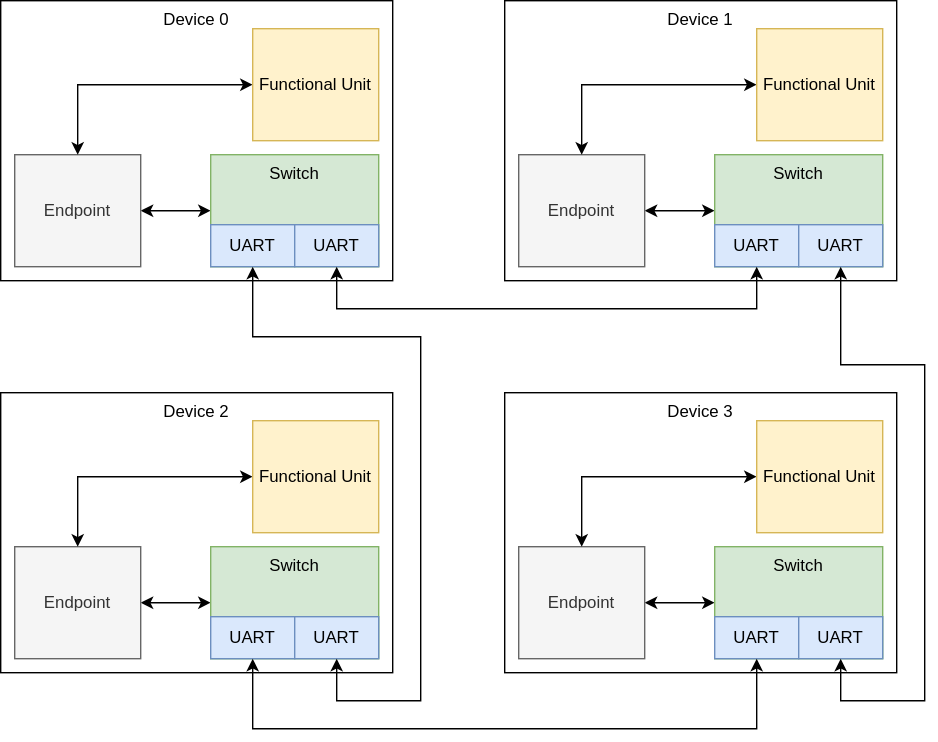
Above: doc/src/images/topology.svg in Purdue-SoCET/chiplet-components (draw.io), before the change. Source tidied: cells renumbered, new cells last; positions are measured from the earlier drawing's top-left corner, leaving out a move shared by most shapes.
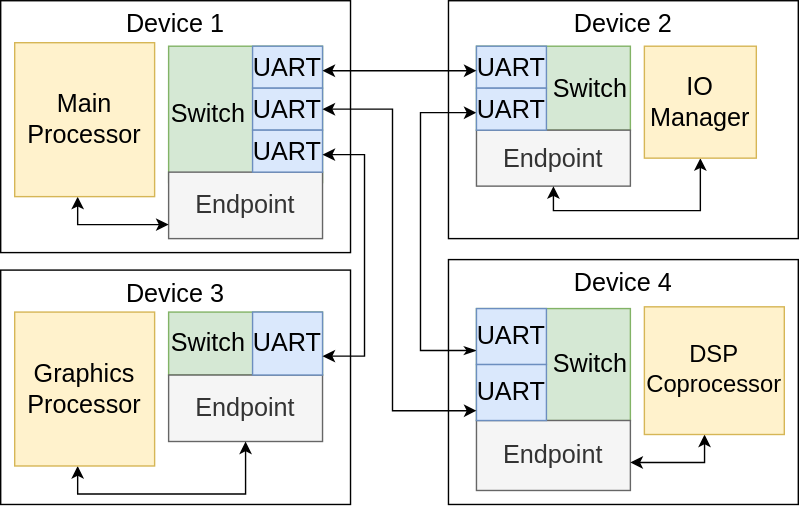
The same diagram one commit later.

Change to the diagram source:
```diff
@@ -2,137 +2,146 @@
   <root>
     <mxCell id="0" />
     <mxCell id="1" parent="0" />
-    <mxCell id="2" value="Device 0" style="whiteSpace=wrap;html=1;verticalAlign=top;" parent="1" vertex="1">
-      <mxGeometry width="280" height="200" as="geometry" />
-    </mxCell>
-    <mxCell id="3" style="edgeStyle=orthogonalEdgeStyle;rounded=0;jettySize=auto;html=1;startArrow=classic;startFill=1;" parent="1" edge="1" source="4" target="5">
-      <mxGeometry relative="1" as="geometry" />
-    </mxCell>
-    <mxCell id="4" value="Switch" style="whiteSpace=wrap;html=1;verticalAlign=top;fillColor=#d5e8d4;strokeColor=#82b366;" parent="1" vertex="1">
-      <mxGeometry x="150" y="110" width="120" height="80" as="geometry" />
-    </mxCell>
-    <mxCell id="5" value="Endpoint" style="whiteSpace=wrap;html=1;fillColor=#f5f5f5;fontColor=#333333;strokeColor=#666666;" parent="1" vertex="1">
-      <mxGeometry x="10" y="110" width="90" height="80" as="geometry" />
-    </mxCell>
-    <mxCell id="6" value="UART" style="whiteSpace=wrap;html=1;fillColor=#dae8fc;strokeColor=#6c8ebf;" parent="1" vertex="1">
-      <mxGeometry x="150" y="160" width="60" height="30" as="geometry" />
-    </mxCell>
-    <mxCell id="7" value="UART" style="whiteSpace=wrap;html=1;fillColor=#dae8fc;strokeColor=#6c8ebf;" parent="1" vertex="1">
-      <mxGeometry x="210" y="160" width="60" height="30" as="geometry" />
-    </mxCell>
-    <mxCell id="8" style="edgeStyle=orthogonalEdgeStyle;rounded=0;jettySize=auto;html=1;startArrow=classic;startFill=1;" parent="1" edge="1" source="9" target="5">
-      <mxGeometry relative="1" as="geometry" />
-    </mxCell>
-    <mxCell id="9" value="Functional Unit" style="whiteSpace=wrap;html=1;fillColor=#fff2cc;strokeColor=#d6b656;" parent="1" vertex="1">
-      <mxGeometry x="180" y="20" width="90" height="80" as="geometry" />
-    </mxCell>
-    <mxCell id="10" value="Device 1" style="whiteSpace=wrap;html=1;verticalAlign=top;" parent="1" vertex="1">
-      <mxGeometry x="360" width="280" height="200" as="geometry" />
+    <mxCell id="10" value="Device 1" style="whiteSpace=wrap;html=1;verticalAlign=top;fontSize=18;" parent="1" vertex="1">
+      <mxGeometry y="-80" width="250" height="180" as="geometry" />
     </mxCell>
-    <mxCell id="11" style="edgeStyle=orthogonalEdgeStyle;rounded=0;jettySize=auto;html=1;startArrow=classic;startFill=1;" parent="1" edge="1" source="12" target="13">
-      <mxGeometry relative="1" as="geometry" />
-    </mxCell>
-    <mxCell id="12" value="Switch" style="whiteSpace=wrap;html=1;verticalAlign=top;fillColor=#d5e8d4;strokeColor=#82b366;" parent="1" vertex="1">
-      <mxGeometry x="510" y="110" width="120" height="80" as="geometry" />
-    </mxCell>
-    <mxCell id="13" value="Endpoint" style="whiteSpace=wrap;html=1;fillColor=#f5f5f5;fontColor=#333333;strokeColor=#666666;" parent="1" vertex="1">
-      <mxGeometry x="370" y="110" width="90" height="80" as="geometry" />
-    </mxCell>
-    <mxCell id="14" value="UART" style="whiteSpace=wrap;html=1;fillColor=#dae8fc;strokeColor=#6c8ebf;" parent="1" vertex="1">
-      <mxGeometry x="510" y="160" width="60" height="30" as="geometry" />
-    </mxCell>
-    <mxCell id="15" value="UART" style="whiteSpace=wrap;html=1;fillColor=#dae8fc;strokeColor=#6c8ebf;" parent="1" vertex="1">
-      <mxGeometry x="570" y="160" width="60" height="30" as="geometry" />
-    </mxCell>
-    <mxCell id="16" style="edgeStyle=orthogonalEdgeStyle;rounded=0;jettySize=auto;html=1;startArrow=classic;startFill=1;" parent="1" edge="1" source="17" target="13">
-      <mxGeometry relative="1" as="geometry" />
-    </mxCell>
-    <mxCell id="17" value="Functional Unit" style="whiteSpace=wrap;html=1;fillColor=#fff2cc;strokeColor=#d6b656;" parent="1" vertex="1">
-      <mxGeometry x="540" y="20" width="90" height="80" as="geometry" />
-    </mxCell>
-    <mxCell id="18" style="edgeStyle=orthogonalEdgeStyle;rounded=0;jettySize=auto;html=1;startArrow=classic;startFill=1;" parent="1" edge="1" source="7" target="14">
-      <mxGeometry relative="1" as="geometry">
-        <Array as="points">
-          <mxPoint x="240" y="220" />
-          <mxPoint x="540" y="220" />
-        </Array>
-      </mxGeometry>
-    </mxCell>
+    <mxCell id="38" value="Switch" style="whiteSpace=wrap;html=1;verticalAlign=middle;fillColor=#d5e8d4;strokeColor=#82b366;align=left;fontSize=18;" parent="1" vertex="1">
+      <mxGeometry x="120" y="-47.5" width="110" height="97.5" as="geometry" />
+    </mxCell>
+    <mxCell id="39" value="Endpoint" style="whiteSpace=wrap;html=1;fillColor=#f5f5f5;fontColor=#333333;strokeColor=#666666;fontSize=18;" parent="1" vertex="1">
+      <mxGeometry x="120" y="42.5" width="110" height="47.5" as="geometry" />
+    </mxCell>
+    <mxCell id="40" value="UART" style="whiteSpace=wrap;html=1;fillColor=#dae8fc;strokeColor=#6c8ebf;fontSize=18;" parent="1" vertex="1">
+      <mxGeometry x="180" y="-47.5" width="50" height="30" as="geometry" />
+    </mxCell>
+    <mxCell id="41" value="UART" style="whiteSpace=wrap;html=1;fillColor=#dae8fc;strokeColor=#6c8ebf;fontSize=18;" parent="1" vertex="1">
+      <mxGeometry x="180" y="-17.5" width="50" height="30" as="geometry" />
+    </mxCell>
+    <mxCell id="42" style="edgeStyle=orthogonalEdgeStyle;rounded=0;jettySize=auto;html=1;startArrow=classic;startFill=1;" parent="1" edge="1" source="43" target="39">
+      <mxGeometry relative="1" as="geometry">
+        <Array as="points">
+          <mxPoint x="55" y="80" />
+        </Array>
+      </mxGeometry>
+    </mxCell>
+    <mxCell id="43" value="Main Processor" style="whiteSpace=wrap;html=1;fillColor=#fff2cc;strokeColor=#d6b656;fontSize=18;" parent="1" vertex="1">
+      <mxGeometry x="10" y="-50" width="100" height="110" as="geometry" />
+    </mxCell>
+    <mxCell id="44" value="UART" style="whiteSpace=wrap;html=1;fillColor=#dae8fc;strokeColor=#6c8ebf;fontSize=18;" parent="1" vertex="1">
+      <mxGeometry x="180" y="12.5" width="50" height="30" as="geometry" />
+    </mxCell>
-    <mxCell id="19" value="Device 2" style="whiteSpace=wrap;html=1;verticalAlign=top;" parent="1" vertex="1">
-      <mxGeometry y="280" width="280" height="200" as="geometry" />
+    <mxCell id="19" value="Device 2" style="whiteSpace=wrap;html=1;verticalAlign=top;fontSize=18;" parent="1" vertex="1">
+      <mxGeometry x="320" y="-80" width="250" height="170" as="geometry" />
     </mxCell>
-    <mxCell id="20" style="edgeStyle=orthogonalEdgeStyle;rounded=0;jettySize=auto;html=1;startArrow=classic;startFill=1;" parent="1" edge="1" source="21" target="22">
-      <mxGeometry relative="1" as="geometry" />
-    </mxCell>
-    <mxCell id="21" value="Switch" style="whiteSpace=wrap;html=1;verticalAlign=top;fillColor=#d5e8d4;strokeColor=#82b366;" parent="1" vertex="1">
-      <mxGeometry x="150" y="390" width="120" height="80" as="geometry" />
-    </mxCell>
-    <mxCell id="22" value="Endpoint" style="whiteSpace=wrap;html=1;fillColor=#f5f5f5;fontColor=#333333;strokeColor=#666666;" parent="1" vertex="1">
-      <mxGeometry x="10" y="390" width="90" height="80" as="geometry" />
-    </mxCell>
-    <mxCell id="23" value="UART" style="whiteSpace=wrap;html=1;fillColor=#dae8fc;strokeColor=#6c8ebf;" parent="1" vertex="1">
-      <mxGeometry x="150" y="440" width="60" height="30" as="geometry" />
-    </mxCell>
-    <mxCell id="24" value="UART" style="whiteSpace=wrap;html=1;fillColor=#dae8fc;strokeColor=#6c8ebf;" parent="1" vertex="1">
-      <mxGeometry x="210" y="440" width="60" height="30" as="geometry" />
-    </mxCell>
-    <mxCell id="25" style="edgeStyle=orthogonalEdgeStyle;rounded=0;jettySize=auto;html=1;startArrow=classic;startFill=1;" parent="1" edge="1" source="26" target="22">
-      <mxGeometry relative="1" as="geometry" />
-    </mxCell>
-    <mxCell id="26" value="Functional Unit" style="whiteSpace=wrap;html=1;fillColor=#fff2cc;strokeColor=#d6b656;" parent="1" vertex="1">
-      <mxGeometry x="180" y="300" width="90" height="80" as="geometry" />
-    </mxCell>
+    <mxCell id="45" style="edgeStyle=orthogonalEdgeStyle;rounded=0;jettySize=auto;html=1;startArrow=classic;startFill=1;" parent="1" edge="1" source="46" target="47">
+      <mxGeometry relative="1" as="geometry">
+        <Array as="points">
+          <mxPoint x="450" y="20" />
+          <mxPoint x="450" y="55" />
+        </Array>
+      </mxGeometry>
+    </mxCell>
+    <mxCell id="46" value="Switch" style="whiteSpace=wrap;html=1;verticalAlign=middle;fillColor=#d5e8d4;strokeColor=#82b366;align=right;fontSize=18;" parent="1" vertex="1">
+      <mxGeometry x="340" y="-47.5" width="110" height="60" as="geometry" />
+    </mxCell>
+    <mxCell id="47" value="Endpoint" style="whiteSpace=wrap;html=1;fillColor=#f5f5f5;fontColor=#333333;strokeColor=#666666;fontSize=18;" parent="1" vertex="1">
+      <mxGeometry x="340" y="12.5" width="110" height="40" as="geometry" />
+    </mxCell>
+    <mxCell id="48" value="UART" style="whiteSpace=wrap;html=1;fillColor=#dae8fc;strokeColor=#6c8ebf;fontSize=18;" parent="1" vertex="1">
+      <mxGeometry x="340" y="-47.5" width="50" height="30" as="geometry" />
+    </mxCell>
+    <mxCell id="49" style="edgeStyle=orthogonalEdgeStyle;rounded=0;jettySize=auto;html=1;startArrow=classic;startFill=1;" parent="1" edge="1" source="50" target="47">
+      <mxGeometry relative="1" as="geometry">
+        <Array as="points">
+          <mxPoint x="500" y="70" />
+          <mxPoint x="395" y="70" />
+        </Array>
+      </mxGeometry>
+    </mxCell>
+    <mxCell id="50" value="IO Manager" style="whiteSpace=wrap;html=1;fillColor=#fff2cc;strokeColor=#d6b656;fontSize=18;" parent="1" vertex="1">
+      <mxGeometry x="460" y="-47.5" width="80" height="80" as="geometry" />
+    </mxCell>
+    <mxCell id="51" value="Device 4" style="whiteSpace=wrap;html=1;verticalAlign=top;fontSize=18;" parent="1" vertex="1">
+      <mxGeometry x="320" y="105" width="250" height="175" as="geometry" />
+    </mxCell>
+    <mxCell id="52" value="Switch" style="whiteSpace=wrap;html=1;verticalAlign=middle;fillColor=#d5e8d4;strokeColor=#82b366;align=right;fontSize=18;" parent="1" vertex="1">
+      <mxGeometry x="340" y="140" width="110" height="80" as="geometry" />
+    </mxCell>
+    <mxCell id="53" value="Endpoint" style="whiteSpace=wrap;html=1;fillColor=#f5f5f5;fontColor=#333333;strokeColor=#666666;fontSize=18;" parent="1" vertex="1">
+      <mxGeometry x="340" y="220" width="110" height="50" as="geometry" />
+    </mxCell>
+    <mxCell id="54" style="edgeStyle=orthogonalEdgeStyle;rounded=0;jettySize=auto;html=1;startArrow=classicThin;startFill=1;" parent="1" edge="1" source="55" target="59">
+      <mxGeometry relative="1" as="geometry">
+        <Array as="points">
+          <mxPoint x="300" y="170" />
+          <mxPoint x="300" />
+        </Array>
+      </mxGeometry>
+    </mxCell>
+    <mxCell id="55" value="UART" style="whiteSpace=wrap;html=1;fillColor=#dae8fc;strokeColor=#6c8ebf;fontSize=18;" parent="1" vertex="1">
+      <mxGeometry x="340" y="140" width="50" height="40" as="geometry" />
+    </mxCell>
+    <mxCell id="56" value="UART" style="whiteSpace=wrap;html=1;fillColor=#dae8fc;strokeColor=#6c8ebf;fontSize=18;" parent="1" vertex="1">
+      <mxGeometry x="340" y="180" width="50" height="40" as="geometry" />
+    </mxCell>
+    <mxCell id="57" style="edgeStyle=orthogonalEdgeStyle;rounded=0;jettySize=auto;html=1;startArrow=classic;startFill=1;" parent="1" edge="1" source="58" target="53">
+      <mxGeometry relative="1" as="geometry">
+        <Array as="points">
+          <mxPoint x="503" y="250" />
+        </Array>
+      </mxGeometry>
+    </mxCell>
+    <mxCell id="58" value="DSP Coprocessor" style="whiteSpace=wrap;html=1;fillColor=#fff2cc;strokeColor=#d6b656;fontSize=17;" parent="1" vertex="1">
+      <mxGeometry x="460" y="138.8" width="100" height="91.2" as="geometry" />
+    </mxCell>
+    <mxCell id="59" value="UART" style="whiteSpace=wrap;html=1;fillColor=#dae8fc;strokeColor=#6c8ebf;fontSize=18;" parent="1" vertex="1">
+      <mxGeometry x="340" y="-17.5" width="50" height="30" as="geometry" />
+    </mxCell>
+    <mxCell id="60" style="edgeStyle=orthogonalEdgeStyle;rounded=0;jettySize=auto;html=1;startArrow=classic;startFill=1;" parent="1" edge="1" source="40" target="48">
+      <mxGeometry relative="1" as="geometry">
+        <Array as="points">
+          <mxPoint x="330" y="-30" />
+          <mxPoint x="330" y="-30" />
+        </Array>
+      </mxGeometry>
+    </mxCell>
+    <mxCell id="61" style="edgeStyle=orthogonalEdgeStyle;rounded=0;jettySize=auto;html=1;startArrow=classic;startFill=1;" parent="1" edge="1" source="41" target="56">
+      <mxGeometry relative="1" as="geometry">
+        <Array as="points">
+          <mxPoint x="280" y="-3" />
+          <mxPoint x="280" y="213" />
+        </Array>
+      </mxGeometry>
+    </mxCell>
-    <mxCell id="27" value="Device 3" style="whiteSpace=wrap;html=1;verticalAlign=top;" parent="1" vertex="1">
-      <mxGeometry x="360" y="280" width="280" height="200" as="geometry" />
+    <mxCell id="27" value="Device 3" style="whiteSpace=wrap;html=1;verticalAlign=top;fontSize=18;" parent="1" vertex="1">
+      <mxGeometry y="112.5" width="250" height="167.5" as="geometry" />
     </mxCell>
-    <mxCell id="28" style="edgeStyle=orthogonalEdgeStyle;rounded=0;jettySize=auto;html=1;startArrow=classic;startFill=1;" parent="1" edge="1" source="29" target="30">
-      <mxGeometry relative="1" as="geometry" />
-    </mxCell>
-    <mxCell id="29" value="Switch" style="whiteSpace=wrap;html=1;verticalAlign=top;fillColor=#d5e8d4;strokeColor=#82b366;" parent="1" vertex="1">
-      <mxGeometry x="510" y="390" width="120" height="80" as="geometry" />
-    </mxCell>
-    <mxCell id="30" value="Endpoint" style="whiteSpace=wrap;html=1;fillColor=#f5f5f5;fontColor=#333333;strokeColor=#666666;" parent="1" vertex="1">
-      <mxGeometry x="370" y="390" width="90" height="80" as="geometry" />
-    </mxCell>
-    <mxCell id="31" value="UART" style="whiteSpace=wrap;html=1;fillColor=#dae8fc;strokeColor=#6c8ebf;" parent="1" vertex="1">
-      <mxGeometry x="510" y="440" width="60" height="30" as="geometry" />
-    </mxCell>
-    <mxCell id="32" value="UART" style="whiteSpace=wrap;html=1;fillColor=#dae8fc;strokeColor=#6c8ebf;" parent="1" vertex="1">
-      <mxGeometry x="570" y="440" width="60" height="30" as="geometry" />
-    </mxCell>
-    <mxCell id="33" style="edgeStyle=orthogonalEdgeStyle;rounded=0;jettySize=auto;html=1;startArrow=classic;startFill=1;" parent="1" edge="1" source="34" target="30">
-      <mxGeometry relative="1" as="geometry" />
-    </mxCell>
-    <mxCell id="34" value="Functional Unit" style="whiteSpace=wrap;html=1;fillColor=#fff2cc;strokeColor=#d6b656;" parent="1" vertex="1">
-      <mxGeometry x="540" y="300" width="90" height="80" as="geometry" />
-    </mxCell>
-    <mxCell id="35" style="edgeStyle=orthogonalEdgeStyle;rounded=0;jettySize=auto;html=1;startArrow=classic;startFill=1;" parent="1" edge="1" source="15" target="32">
-      <mxGeometry relative="1" as="geometry">
-        <Array as="points">
-          <mxPoint x="600" y="260" />
-          <mxPoint x="660" y="260" />
-          <mxPoint x="660" y="500" />
-          <mxPoint x="600" y="500" />
-        </Array>
-      </mxGeometry>
-    </mxCell>
-    <mxCell id="36" style="edgeStyle=orthogonalEdgeStyle;rounded=0;jettySize=auto;html=1;startArrow=classic;startFill=1;" parent="1" edge="1" source="23" target="31">
-      <mxGeometry relative="1" as="geometry">
-        <Array as="points">
-          <mxPoint x="180" y="520" />
-          <mxPoint x="540" y="520" />
-        </Array>
-      </mxGeometry>
-    </mxCell>
-    <mxCell id="37" style="edgeStyle=orthogonalEdgeStyle;rounded=0;jettySize=auto;html=1;startArrow=classic;startFill=1;" parent="1" edge="1" source="6" target="24">
-      <mxGeometry relative="1" as="geometry">
-        <Array as="points">
-          <mxPoint x="180" y="240" />
-          <mxPoint x="300" y="240" />
-          <mxPoint x="300" y="500" />
-          <mxPoint x="240" y="500" />
-        </Array>
-      </mxGeometry>
-    </mxCell>
+    <mxCell id="62" value="Switch" style="whiteSpace=wrap;html=1;verticalAlign=middle;fillColor=#d5e8d4;strokeColor=#82b366;align=left;fontSize=18;" parent="1" vertex="1">
+      <mxGeometry x="120" y="142.5" width="110" height="45" as="geometry" />
+    </mxCell>
+    <mxCell id="63" value="Endpoint" style="whiteSpace=wrap;html=1;fillColor=#f5f5f5;fontColor=#333333;strokeColor=#666666;fontSize=18;" parent="1" vertex="1">
+      <mxGeometry x="120" y="187.5" width="110" height="47.5" as="geometry" />
+    </mxCell>
+    <mxCell id="64" value="UART" style="whiteSpace=wrap;html=1;fillColor=#dae8fc;strokeColor=#6c8ebf;fontSize=18;" parent="1" vertex="1">
+      <mxGeometry x="180" y="142.5" width="50" height="45" as="geometry" />
+    </mxCell>
+    <mxCell id="65" style="edgeStyle=orthogonalEdgeStyle;rounded=0;jettySize=auto;html=1;startArrow=classic;startFill=1;" parent="1" edge="1" source="66" target="63">
+      <mxGeometry relative="1" as="geometry">
+        <Array as="points">
+          <mxPoint x="55" y="272.5" />
+        </Array>
+      </mxGeometry>
+    </mxCell>
+    <mxCell id="66" value="Graphics Processor" style="whiteSpace=wrap;html=1;fillColor=#fff2cc;strokeColor=#d6b656;fontSize=18;" parent="1" vertex="1">
+      <mxGeometry x="10" y="142.5" width="100" height="110" as="geometry" />
+    </mxCell>
+    <mxCell id="67" style="edgeStyle=orthogonalEdgeStyle;rounded=0;jettySize=auto;html=1;startArrow=classic;startFill=1;" parent="1" edge="1" source="44" target="64">
+      <mxGeometry relative="1" as="geometry">
+        <Array as="points">
+          <mxPoint x="260" y="30" />
+          <mxPoint x="260" y="174" />
+        </Array>
+      </mxGeometry>
+    </mxCell>
   </root>
 </mxGraphModel>
```
